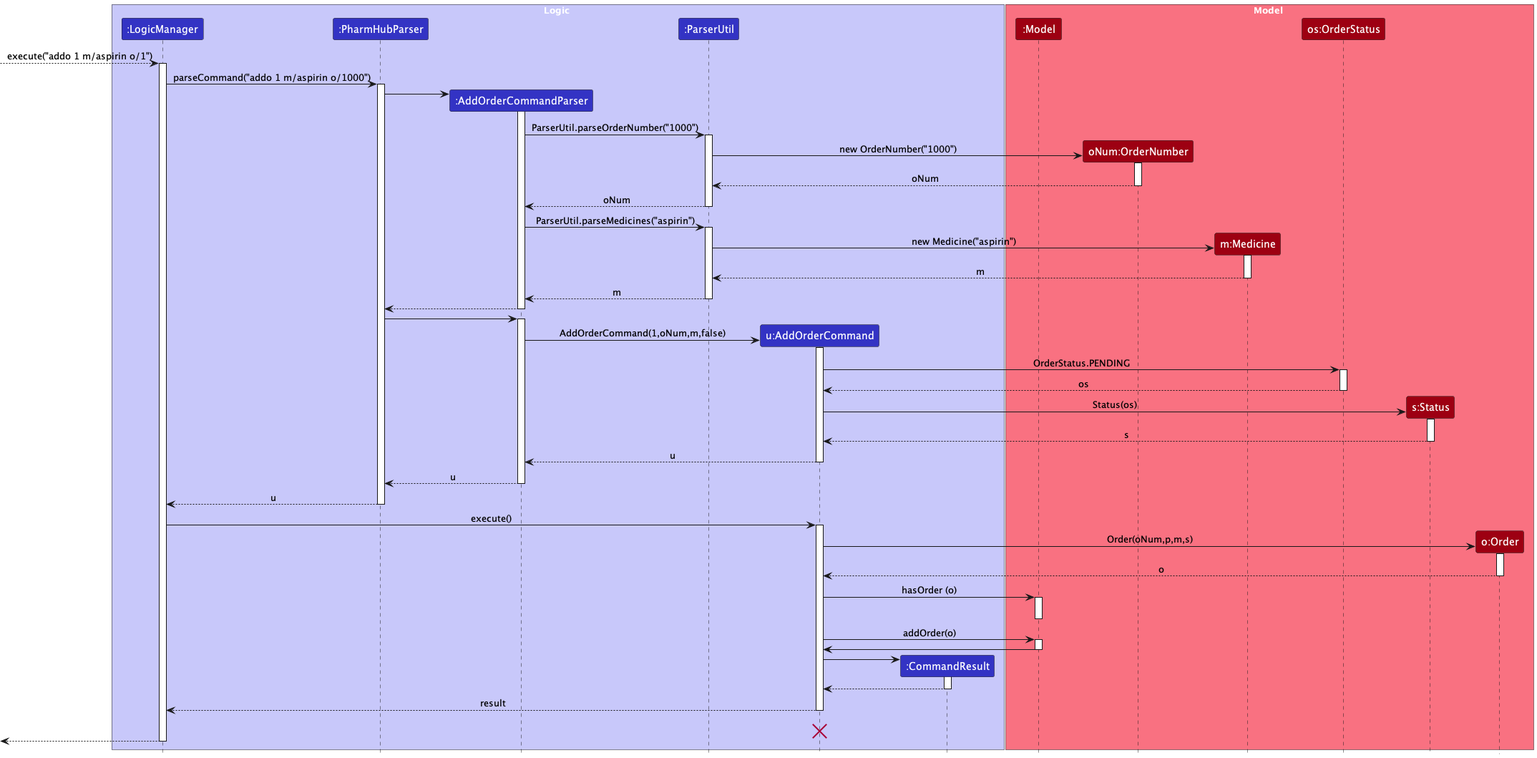
Earlier version of the PlantUML export docs/images/AddoSequenceDiagram.png (timetraveller-123/tp).
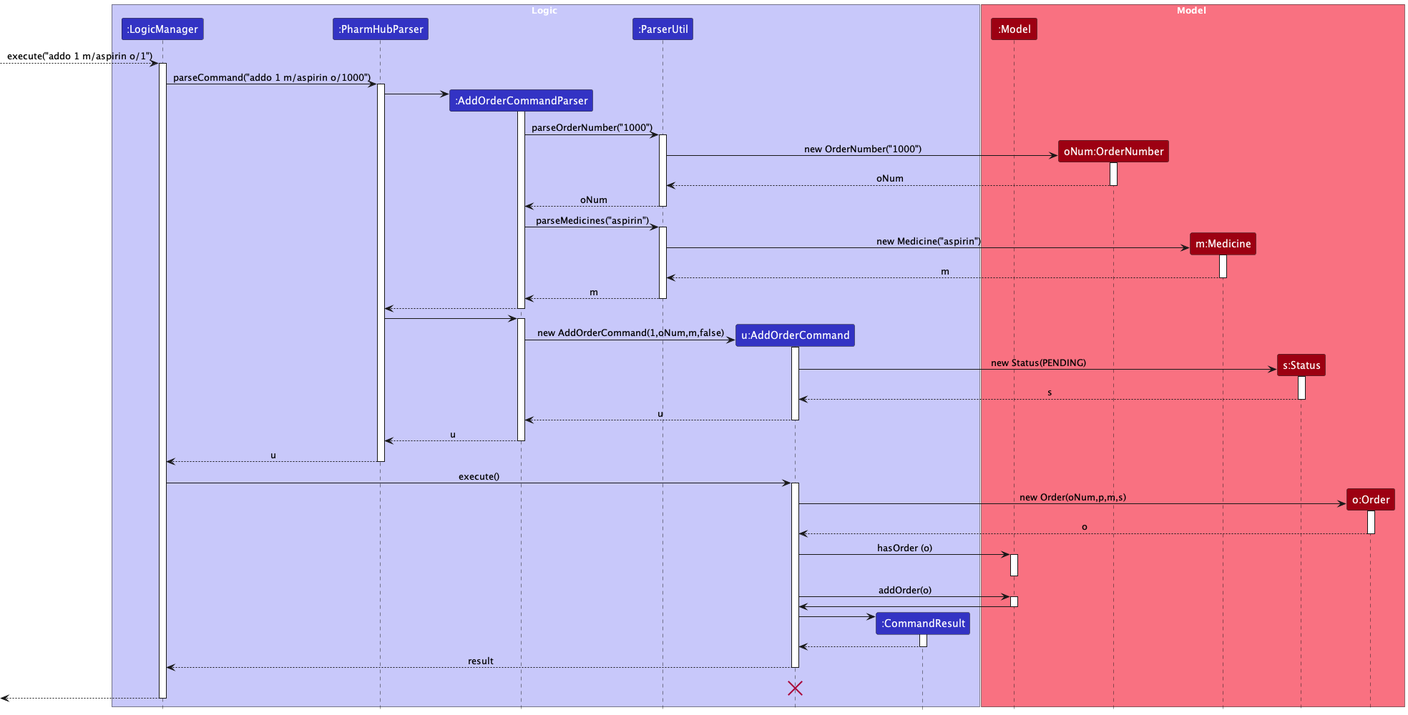
After the commit.

What changed in the source:
```diff
@@ -8,7 +8,6 @@
 participant ":AddOrderCommandParser" as AddOrderCommandParser LOGIC_COLOR
 participant ":ParserUtil" as ParserUtil LOGIC_COLOR
 participant "u:AddOrderCommand" as AddOrderCommand LOGIC_COLOR
-participant "os:OrderStatus" as OrderStatus MODEL_COLOR
 participant "s:Status" as Status MODEL_COLOR
 participant "o:Order" as Order MODEL_COLOR
 participant ":CommandResult" as CommandResult LOGIC_COLOR
@@ -20,7 +19,6 @@
 participant ":Model" as Model MODEL_COLOR
 participant "oNum:OrderNumber" as OrderNumber MODEL_COLOR
 participant "m:Medicine" as Medicine MODEL_COLOR
-participant "os:OrderStatus" as OrderStatus MODEL_COLOR
 participant "s:Status" as Status MODEL_COLOR
 participant "o:Order" as Order MODEL_COLOR
 
@@ -35,18 +33,19 @@
 PharmHubParser -> AddOrderCommandParser
 activate AddOrderCommandParser
 
-AddOrderCommandParser -> ParserUtil : ParserUtil.parseOrderNumber("1000")
+AddOrderCommandParser -> ParserUtil : parseOrderNumber("1000")
 activate ParserUtil
 create OrderNumber
 ParserUtil -> OrderNumber : new OrderNumber("1000")
 activate OrderNumber
+
 OrderNumber --> ParserUtil : oNum
 deactivate OrderNumber
 
 
 ParserUtil --> AddOrderCommandParser : oNum
 deactivate ParserUtil
-AddOrderCommandParser -> ParserUtil : ParserUtil.parseMedicines("aspirin")
+AddOrderCommandParser -> ParserUtil : parseMedicines("aspirin")
 activate ParserUtil
 create Medicine
 ParserUtil -> Medicine : new Medicine("aspirin")
@@ -62,17 +61,13 @@
 PharmHubParser -> AddOrderCommandParser
 activate AddOrderCommandParser
 create AddOrderCommand
-AddOrderCommandParser -> AddOrderCommand : AddOrderCommand(1,oNum,m,false)
+AddOrderCommandParser -> AddOrderCommand : new AddOrderCommand(1,oNum,m,false)
 
 activate AddOrderCommand
-AddOrderCommand -> OrderStatus : OrderStatus.PENDING
 
-activate OrderStatus
-OrderStatus --> AddOrderCommand : os
-deactivate OrderStatus
 
 create Status
-AddOrderCommand -> Status : Status(os)
+AddOrderCommand -> Status : new Status(PENDING)
 
 activate Status
 Status --> AddOrderCommand : s
@@ -91,7 +86,7 @@
 activate AddOrderCommand
 
 Create Order
-AddOrderCommand -> Order : Order(oNum,p,m,s)
+AddOrderCommand -> Order : new Order(oNum,p,m,s)
 activate Order
 
 Order --> AddOrderCommand : o
```
